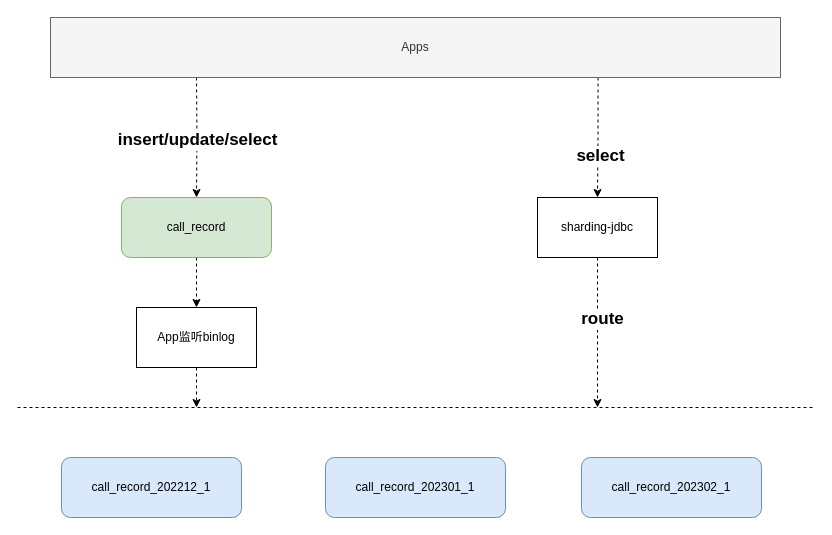
smileLuckBoy/drowio keeps this draw.io diagram as page "第 6 页" (6 of 18) of wiz/WIZ-数据.drawio. Above is the earlier version. Source tidied: cells renumbered, new cells numbered last; positions are measured from the earlier drawing's top-left corner, leaving out a move shared by most shapes. Both pictures are drawn from the tidied source at 100%, with x=0, y=0 at pixel (17, 17).
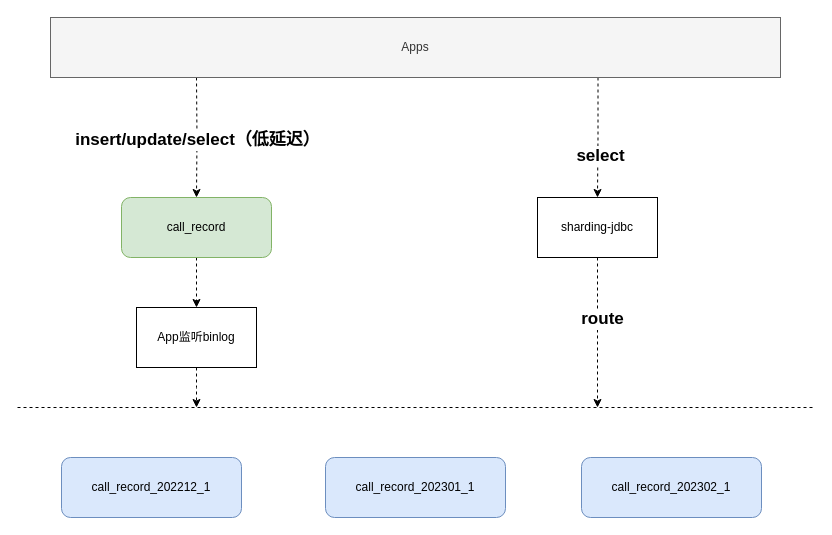
After the change.

Unchanged cells that the change refers to:
```xml
<mxCell id="6" style="edgeStyle=orthogonalEdgeStyle;rounded=0;jettySize=auto;html=1;exitX=0.5;exitY=1;exitDx=0;exitDy=0;entryX=0.5;entryY=0;entryDx=0;entryDy=0;dashed=1;" parent="1" edge="1" target="3">
  <mxGeometry relative="1" as="geometry">
    <mxPoint x="179" y="60" as="sourcePoint" />
  </mxGeometry>
</mxCell>
```

What changed in the source:
```diff
@@
-    <mxCell id="7" value="insert/update/select" style="edgeLabel;html=1;align=center;verticalAlign=middle;fontStyle=1;fontSize=17;" parent="6" vertex="1">
+    <mxCell id="7" value="insert/update/select（低延迟）" style="edgeLabel;html=1;align=center;verticalAlign=middle;fontStyle=1;fontSize=17;" parent="6" vertex="1">
       <mxGeometry x="-0.24" relative="1" as="geometry">
         <mxPoint y="17" as="offset" />
       </mxGeometry>
     </mxCell>
```
